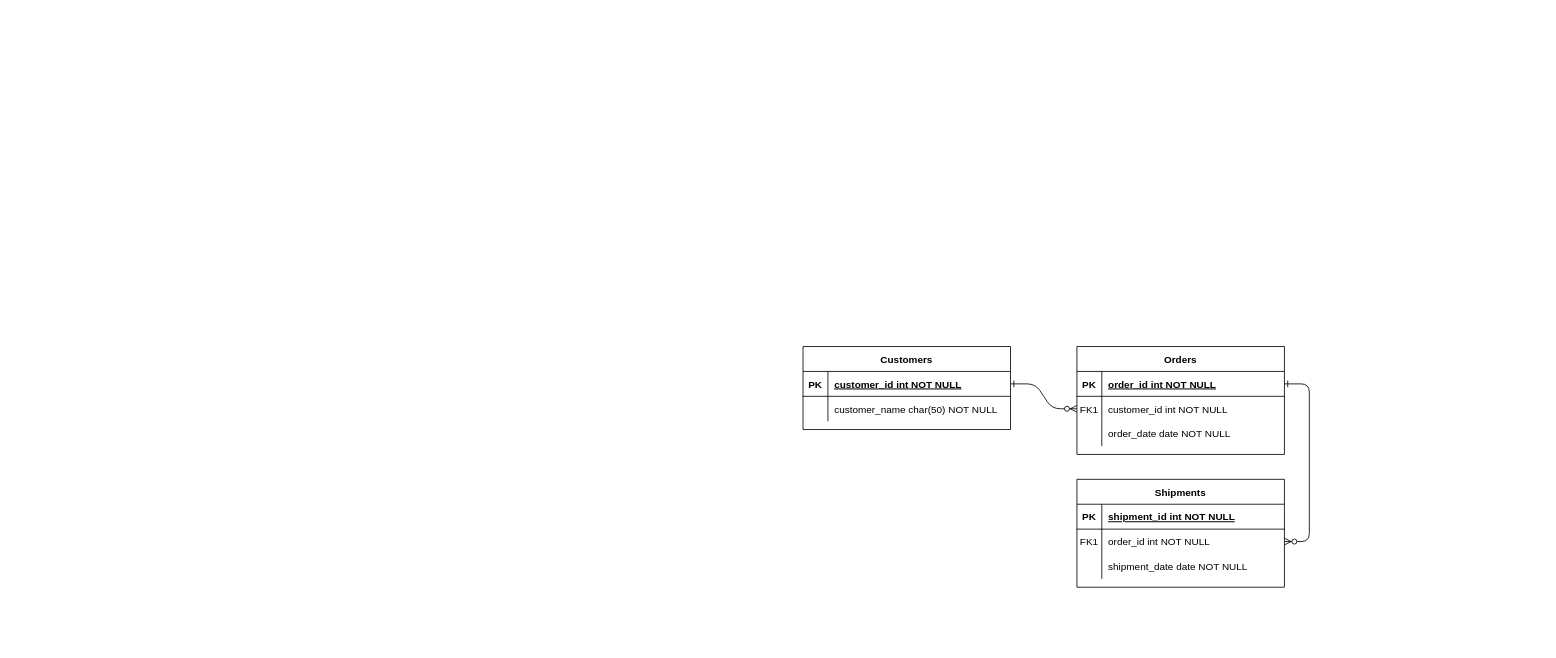
339078729/draw.io keeps this draw.io diagram as data/未命名绘图.drawio. Above is the earlier version. Source tidied: cells renumbered, new cells numbered last; positions are measured from the earlier drawing's top-left corner, leaving out a move shared by most shapes. Both pictures are drawn from the tidied source at 83%, with x=0, y=0 at pixel (803, 346).
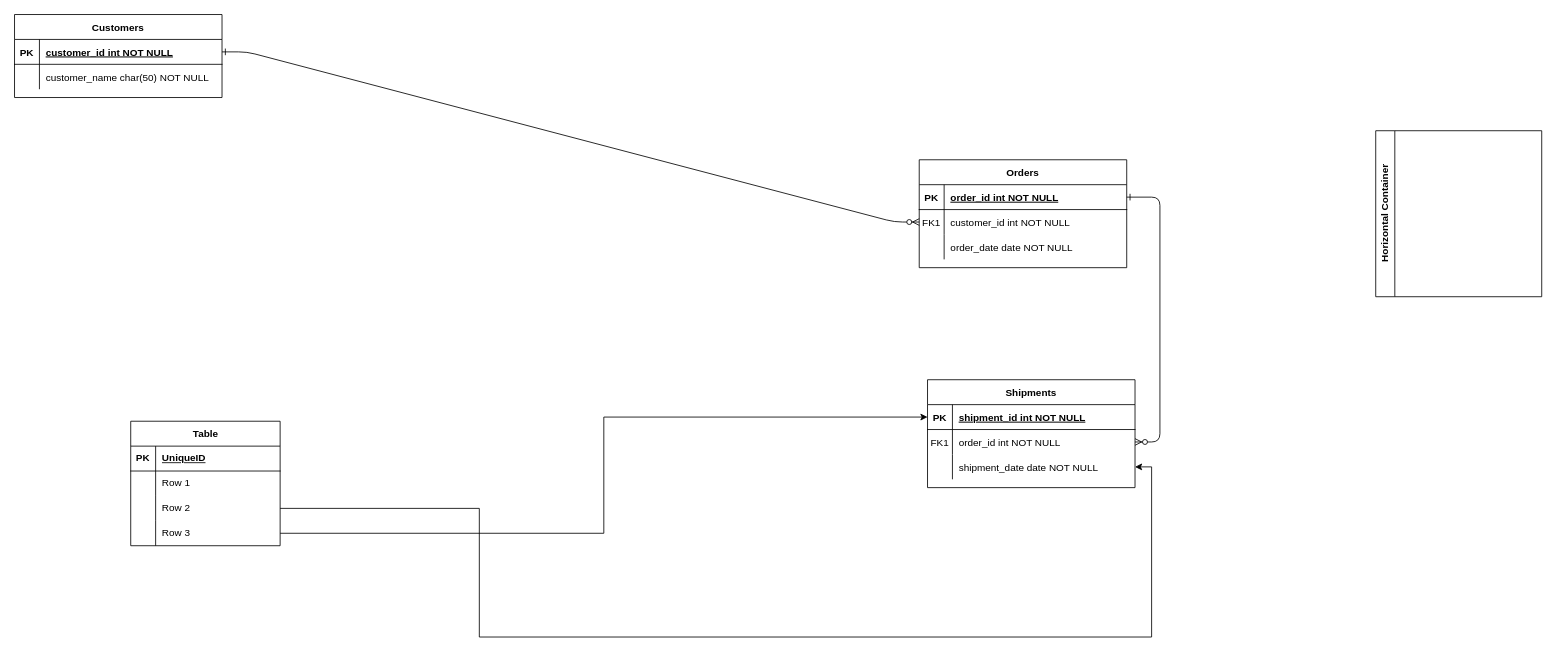
The same page after the edit.

Commit message:
更新未命名绘图.drawio

The change refers to these unchanged cells:
```xml
<mxCell id="15" style="shape=partialRectangle;fillColor=none;points=[[0,0.5],[1,0.5]];portConstraint=eastwest;top=0;left=0;right=0;bottom=1;" parent="14" vertex="1">
  <mxGeometry y="30" width="250" height="30" as="geometry" />
</mxCell>
<mxCell id="21" style="shape=partialRectangle;fillColor=none;points=[[0,0.5],[1,0.5]];portConstraint=eastwest;top=0;left=0;right=0;bottom=0;" parent="14" vertex="1">
  <mxGeometry y="90" width="250" height="30" as="geometry" />
</mxCell>
```

The edit, as a diff of the source:
```diff
@@
     <mxCell id="4" value="Orders" style="shape=table;startSize=30;childLayout=tableLayout;rowLines=0;fontStyle=1;align=center;" parent="1" vertex="1">
-      <mxGeometry x="330" width="250" height="130" as="geometry" />
+      <mxGeometry x="140" y="-225" width="250" height="130" as="geometry" />
     </mxCell>
@@
     <mxCell id="14" value="Shipments" style="shape=table;startSize=30;childLayout=tableLayout;rowLines=0;fontStyle=1;align=center;" parent="1" vertex="1">
-      <mxGeometry x="330" y="160" width="250" height="130" as="geometry" />
+      <mxGeometry x="150" y="40" width="250" height="130" as="geometry" />
     </mxCell>
@@
     <mxCell id="24" value="Customers" style="shape=table;startSize=30;childLayout=tableLayout;rowLines=0;fontStyle=1;align=center;" parent="1" vertex="1">
-      <mxGeometry width="250" height="100" as="geometry" />
+      <mxGeometry x="-950" y="-400" width="250" height="100" as="geometry" />
     </mxCell>
@@
+    <mxCell id="31" value="Table" style="shape=table;startSize=30;childLayout=tableLayout;rowLines=0;fontStyle=1;align=center;html=1;" parent="1" vertex="1">
+      <mxGeometry x="-810" y="90" width="180" height="150" as="geometry" />
+    </mxCell>
+    <mxCell id="32" style="shape=tableRow;horizontal=0;startSize=0;swimlaneHead=0;swimlaneBody=0;fillColor=none;top=0;left=0;right=0;bottom=1;" parent="31" vertex="1">
+      <mxGeometry y="30" width="180" height="30" as="geometry" />
+    </mxCell>
+    <mxCell id="33" value="PK" style="shape=partialRectangle;fillColor=none;top=0;left=0;bottom=0;right=0;fontStyle=1;overflow=hidden;whiteSpace=wrap;html=1;" parent="32" vertex="1">
+      <mxGeometry width="30" height="30" as="geometry" />
+    </mxCell>
+    <mxCell id="34" value="UniqueID" style="shape=partialRectangle;fillColor=none;top=0;left=0;bottom=0;right=0;align=left;spacingLeft=6;fontStyle=5;overflow=hidden;whiteSpace=wrap;html=1;" parent="32" vertex="1">
+      <mxGeometry x="30" width="150" height="30" as="geometry" />
+    </mxCell>
+    <mxCell id="35" style="shape=tableRow;horizontal=0;startSize=0;swimlaneHead=0;swimlaneBody=0;fillColor=none;top=0;left=0;right=0;bottom=0;" parent="31" vertex="1">
+      <mxGeometry y="60" width="180" height="30" as="geometry" />
+    </mxCell>
+    <mxCell id="36" style="shape=partialRectangle;fillColor=none;top=0;left=0;bottom=0;right=0;overflow=hidden;whiteSpace=wrap;html=1;" parent="35" vertex="1">
+      <mxGeometry width="30" height="30" as="geometry" />
+    </mxCell>
+    <mxCell id="37" value="Row 1" style="shape=partialRectangle;fillColor=none;top=0;left=0;bottom=0;right=0;align=left;spacingLeft=6;overflow=hidden;whiteSpace=wrap;html=1;" parent="35" vertex="1">
+      <mxGeometry x="30" width="150" height="30" as="geometry" />
+    </mxCell>
+    <mxCell id="38" style="shape=tableRow;horizontal=0;startSize=0;swimlaneHead=0;swimlaneBody=0;fillColor=none;points=[[0,0.5],[1,0.5]];portConstraint=eastwest;top=0;left=0;right=0;bottom=0;" parent="31" vertex="1">
+      <mxGeometry y="90" width="180" height="30" as="geometry" />
+    </mxCell>
+    <mxCell id="39" style="shape=partialRectangle;fillColor=none;top=0;left=0;bottom=0;right=0;overflow=hidden;whiteSpace=wrap;html=1;" parent="38" vertex="1">
+      <mxGeometry width="30" height="30" as="geometry" />
+    </mxCell>
+    <mxCell id="40" value="Row 2" style="shape=partialRectangle;fillColor=none;top=0;left=0;bottom=0;right=0;align=left;spacingLeft=6;overflow=hidden;whiteSpace=wrap;html=1;" parent="38" vertex="1">
+      <mxGeometry x="30" width="150" height="30" as="geometry" />
+    </mxCell>
+    <mxCell id="41" style="shape=tableRow;horizontal=0;startSize=0;swimlaneHead=0;swimlaneBody=0;fillColor=none;points=[[0,0.5],[1,0.5]];portConstraint=eastwest;top=0;left=0;right=0;bottom=0;" parent="31" vertex="1">
+      <mxGeometry y="120" width="180" height="30" as="geometry" />
+    </mxCell>
+    <mxCell id="42" style="shape=partialRectangle;fillColor=none;top=0;left=0;bottom=0;right=0;overflow=hidden;whiteSpace=wrap;html=1;" parent="41" vertex="1">
+      <mxGeometry width="30" height="30" as="geometry" />
+    </mxCell>
+    <mxCell id="43" value="Row 3" style="shape=partialRectangle;fillColor=none;top=0;left=0;bottom=0;right=0;align=left;spacingLeft=6;overflow=hidden;whiteSpace=wrap;html=1;" parent="41" vertex="1">
+      <mxGeometry x="30" width="150" height="30" as="geometry" />
+    </mxCell>
+    <mxCell id="44" style="edgeStyle=orthogonalEdgeStyle;rounded=0;jettySize=auto;html=1;entryX=0;entryY=0.5;entryDx=0;entryDy=0;" parent="1" edge="1" source="41" target="15">
+      <mxGeometry relative="1" as="geometry" />
+    </mxCell>
+    <mxCell id="45" style="edgeStyle=orthogonalEdgeStyle;rounded=0;jettySize=auto;html=1;entryX=1;entryY=0.5;entryDx=0;entryDy=0;" parent="1" edge="1" source="38" target="21">
+      <mxGeometry relative="1" as="geometry">
+        <Array as="points">
+          <mxPoint x="-390" y="195" />
+          <mxPoint x="-390" y="350" />
+          <mxPoint x="420" y="350" />
+          <mxPoint x="420" y="145" />
+        </Array>
+      </mxGeometry>
+    </mxCell>
+    <mxCell id="46" value="Horizontal Container" style="swimlane;horizontal=0;whiteSpace=wrap;html=1;" parent="1" vertex="1">
+      <mxGeometry x="690" y="-260" width="200" height="200" as="geometry" />
+    </mxCell>
```
